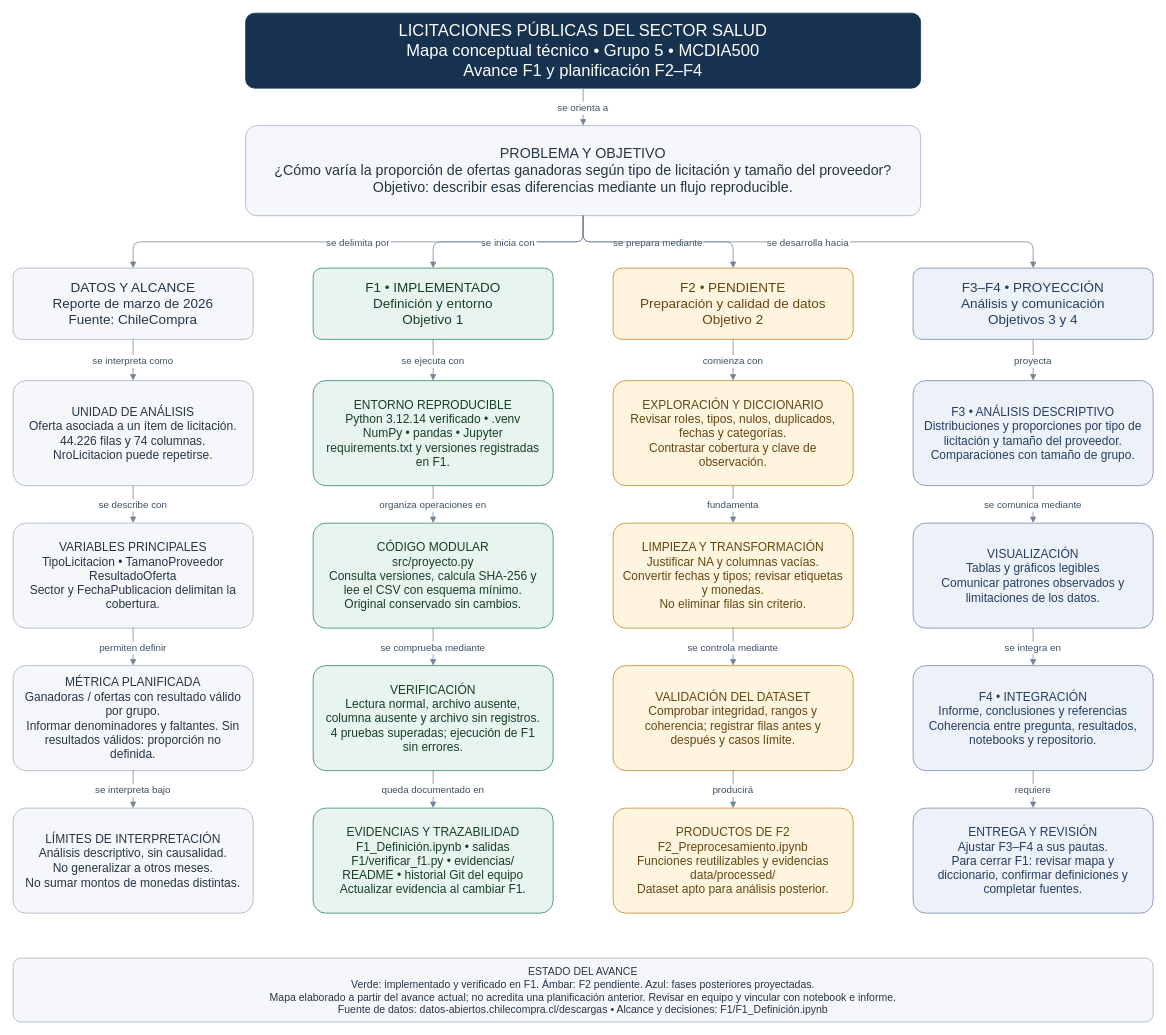
Earlier version of the draw.io diagram docs/mapa_conceptual_f1_f2.drawio (vbravo29/sumativo-1). Source tidied: cells renumbered, new cells numbered last; positions are measured from the earlier drawing's top-left corner, leaving out a move shared by most shapes. Both pictures are drawn from the tidied source at 75%, with x=0, y=0 at pixel (13, 13).
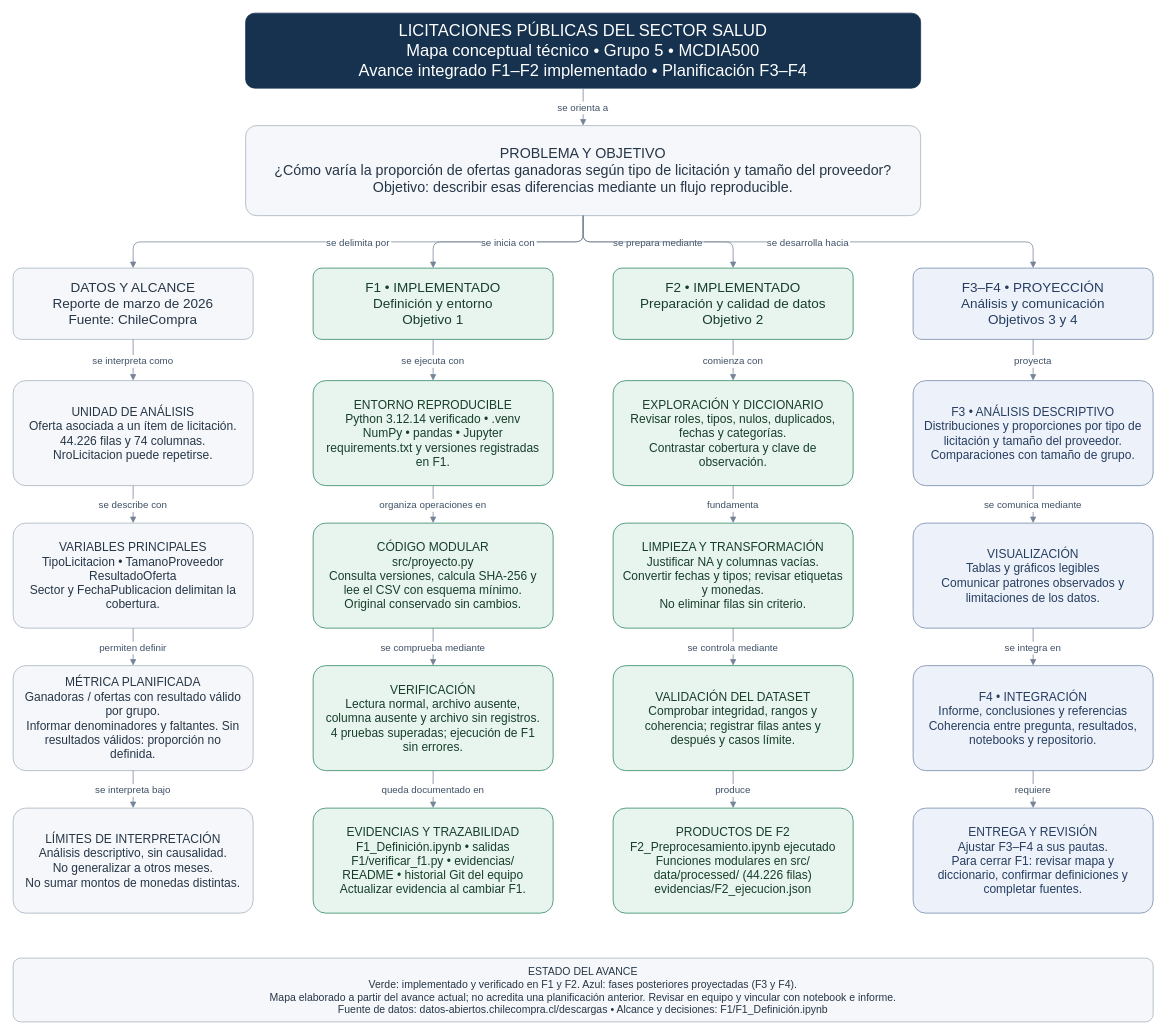
The same diagram, later.

Commit message (it also covers changes not shown here):
avance F1 y F2, refactor de codigo

What changed in the source:
```diff
@@
-    <mxCell id="2" value="LICITACIONES PÚBLICAS DEL SECTOR SALUD&#10;Mapa conceptual técnico • Grupo 5 • MCDIA500&#10;Avance F1 y planificación F2–F4" style="rounded=1;whiteSpace=wrap;html=0;fillColor=#16324F;strokeColor=#16324F;fontColor=#FFFFFF;fontFamily=Arial;fontSize=22;spacing=14;arcSize=12;" parent="1" vertex="1">
+    <mxCell id="2" value="LICITACIONES PÚBLICAS DEL SECTOR SALUD&#10;Mapa conceptual técnico • Grupo 5 • MCDIA500&#10;Avance integrado F1–F2 implementado • Planificación F3–F4" style="rounded=1;whiteSpace=wrap;html=0;fillColor=#16324F;strokeColor=#16324F;fontColor=#FFFFFF;fontFamily=Arial;fontSize=22;spacing=14;arcSize=12;" parent="1" vertex="1">
       <mxGeometry x="310" width="900" height="100" as="geometry" />
     </mxCell>
@@
-    <mxCell id="7" value="F2 • PENDIENTE&#10;Preparación y calidad de datos&#10;Objetivo 2" style="rounded=1;whiteSpace=wrap;html=0;fillColor=#FFF4DD;strokeColor=#BA811E;fontColor=#654714;fontFamily=Arial;fontSize=18;spacing=14;arcSize=12;" parent="1" vertex="1">
+    <mxCell id="7" value="F2 • IMPLEMENTADO&#10;Preparación y calidad de datos&#10;Objetivo 2" style="rounded=1;whiteSpace=wrap;html=0;fillColor=#E8F5EF;strokeColor=#27815C;fontColor=#173E2B;fontFamily=Arial;fontSize=18;spacing=14;arcSize=12;" parent="1" vertex="1">
       <mxGeometry x="800" y="340" width="320" height="95" as="geometry" />
     </mxCell>
@@
-    <mxCell id="29" value="EXPLORACIÓN Y DICCIONARIO&#10;Revisar roles, tipos, nulos, duplicados, fechas y categorías.&#10;Contrastar cobertura y clave de observación." style="rounded=1;whiteSpace=wrap;html=0;fillColor=#FFF4DD;strokeColor=#BA811E;fontColor=#654714;fontFamily=Arial;fontSize=16;spacing=14;arcSize=12;" parent="1" vertex="1">
+    <mxCell id="29" value="EXPLORACIÓN Y DICCIONARIO&#10;Revisar roles, tipos, nulos, duplicados, fechas y categorías.&#10;Contrastar cobertura y clave de observación." style="rounded=1;whiteSpace=wrap;html=0;fillColor=#E8F5EF;strokeColor=#27815C;fontColor=#173E2B;fontFamily=Arial;fontSize=16;spacing=14;arcSize=12;" parent="1" vertex="1">
       <mxGeometry x="800" y="490" width="320" height="140" as="geometry" />
     </mxCell>
@@
-    <mxCell id="31" value="LIMPIEZA Y TRANSFORMACIÓN&#10;Justificar NA y columnas vacías.&#10;Convertir fechas y tipos; revisar etiquetas y monedas.&#10;No eliminar filas sin criterio." style="rounded=1;whiteSpace=wrap;html=0;fillColor=#FFF4DD;strokeColor=#BA811E;fontColor=#654714;fontFamily=Arial;fontSize=16;spacing=14;arcSize=12;" parent="1" vertex="1">
+    <mxCell id="31" value="LIMPIEZA Y TRANSFORMACIÓN&#10;Justificar NA y columnas vacías.&#10;Convertir fechas y tipos; revisar etiquetas y monedas.&#10;No eliminar filas sin criterio." style="rounded=1;whiteSpace=wrap;html=0;fillColor=#E8F5EF;strokeColor=#27815C;fontColor=#173E2B;fontFamily=Arial;fontSize=16;spacing=14;arcSize=12;" parent="1" vertex="1">
       <mxGeometry x="800" y="680" width="320" height="140" as="geometry" />
     </mxCell>
@@
-    <mxCell id="33" value="VALIDACIÓN DEL DATASET&#10;Comprobar integridad, rangos y coherencia; registrar filas antes y después y casos límite." style="rounded=1;whiteSpace=wrap;html=0;fillColor=#FFF4DD;strokeColor=#BA811E;fontColor=#654714;fontFamily=Arial;fontSize=16;spacing=14;arcSize=12;" parent="1" vertex="1">
+    <mxCell id="33" value="VALIDACIÓN DEL DATASET&#10;Comprobar integridad, rangos y coherencia; registrar filas antes y después y casos límite." style="rounded=1;whiteSpace=wrap;html=0;fillColor=#E8F5EF;strokeColor=#27815C;fontColor=#173E2B;fontFamily=Arial;fontSize=16;spacing=14;arcSize=12;" parent="1" vertex="1">
       <mxGeometry x="800" y="870" width="320" height="140" as="geometry" />
     </mxCell>
@@
-    <mxCell id="35" value="PRODUCTOS DE F2&#10;F2_Preprocesamiento.ipynb&#10;Funciones reutilizables y evidencias&#10;data/processed/&#10;Dataset apto para análisis posterior." style="rounded=1;whiteSpace=wrap;html=0;fillColor=#FFF4DD;strokeColor=#BA811E;fontColor=#654714;fontFamily=Arial;fontSize=16;spacing=14;arcSize=12;" parent="1" vertex="1">
+    <mxCell id="35" value="PRODUCTOS DE F2&#10;F2_Preprocesamiento.ipynb ejecutado&#10;Funciones modulares en src/&#10;data/processed/ (44.226 filas)&#10;evidencias/F2_ejecucion.json" style="rounded=1;whiteSpace=wrap;html=0;fillColor=#E8F5EF;strokeColor=#27815C;fontColor=#173E2B;fontFamily=Arial;fontSize=16;spacing=14;arcSize=12;" parent="1" vertex="1">
       <mxGeometry x="800" y="1060" width="320" height="140" as="geometry" />
     </mxCell>
-    <mxCell id="36" value="producirá" style="edgeStyle=orthogonalEdgeStyle;rounded=1;html=0;endArrow=block;endFill=1;strokeColor=#758397;fontColor=#3E5066;fontFamily=Arial;fontSize=13;labelBackgroundColor=#FFFFFF;exitX=0.5;exitY=1;entryX=0.5;entryY=0;" parent="1" edge="1" source="33" target="35">
+    <mxCell id="36" value="produce" style="edgeStyle=orthogonalEdgeStyle;rounded=1;html=0;endArrow=block;endFill=1;strokeColor=#758397;fontColor=#3E5066;fontFamily=Arial;fontSize=13;labelBackgroundColor=#FFFFFF;exitX=0.5;exitY=1;entryX=0.5;entryY=0;" parent="1" edge="1" source="33" target="35">
       <mxGeometry relative="1" as="geometry" />
     </mxCell>
@@
-    <mxCell id="45" value="ESTADO DEL AVANCE&#10;Verde: implementado y verificado en F1. Ámbar: F2 pendiente. Azul: fases posteriores proyectadas.&#10;Mapa elaborado a partir del avance actual; no acredita una planificación anterior. Revisar en equipo y vincular con notebook e informe.&#10;Fuente de datos: datos-abiertos.chilecompra.cl/descargas • Alcance y decisiones: F1/F1_Definición.ipynb" style="rounded=1;whiteSpace=wrap;html=0;fillColor=#F5F7FA;strokeColor=#A3AFBD;fontColor=#263647;fontFamily=Arial;fontSize=14;spacing=14;arcSize=12;" parent="1" vertex="1">
+    <mxCell id="45" value="ESTADO DEL AVANCE&#10;Verde: implementado y verificado en F1 y F2. Azul: fases posteriores proyectadas (F3 y F4).&#10;Mapa elaborado a partir del avance actual; no acredita una planificación anterior. Revisar en equipo y vincular con notebook e informe.&#10;Fuente de datos: datos-abiertos.chilecompra.cl/descargas • Alcance y decisiones: F1/F1_Definición.ipynb" style="rounded=1;whiteSpace=wrap;html=0;fillColor=#F5F7FA;strokeColor=#A3AFBD;fontColor=#263647;fontFamily=Arial;fontSize=14;spacing=14;arcSize=12;" parent="1" vertex="1">
       <mxGeometry y="1260" width="1520" height="85" as="geometry" />
     </mxCell>
```
